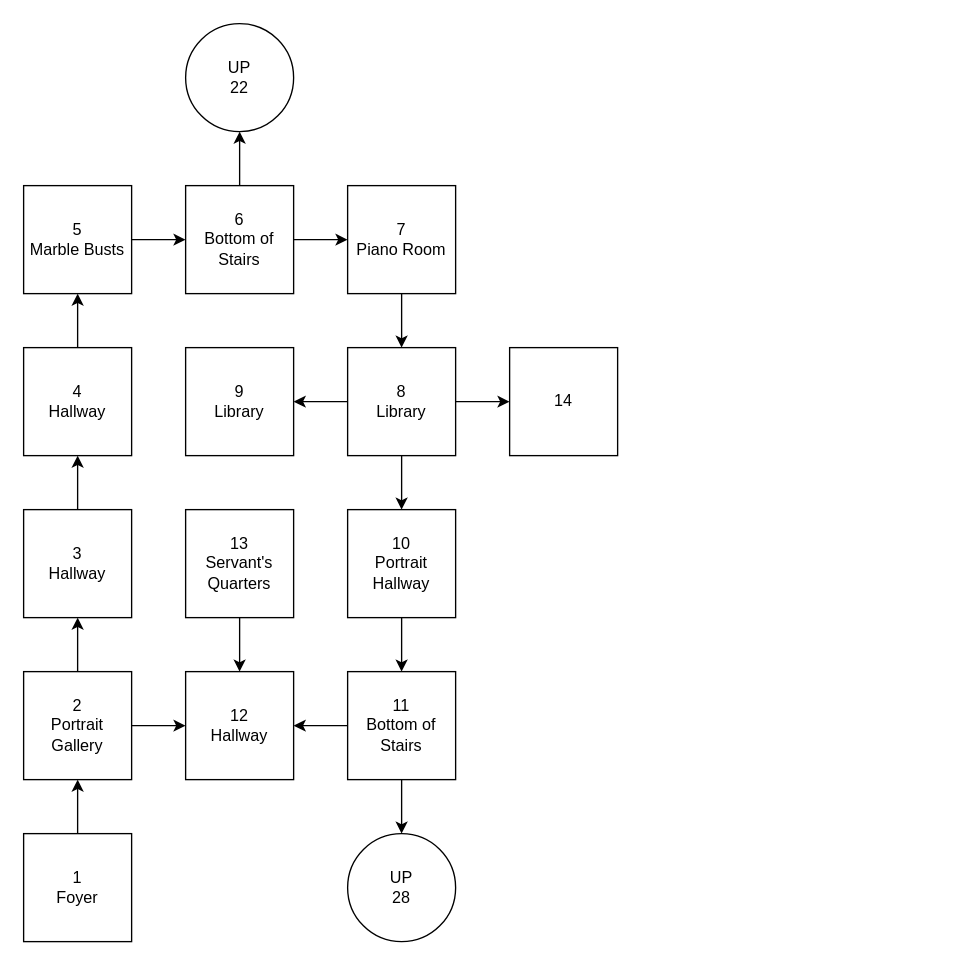
Earlier version of the draw.io diagram Untitled Diagram.drawio (allenhuffman/HauntedMansionTextAdventure). Source tidied: cells renumbered, new cells numbered last; positions are measured from the earlier drawing's top-left corner, leaving out a move shared by most shapes. Both pictures are drawn from the tidied source at 135%, with x=0, y=0 at pixel (23, 23).
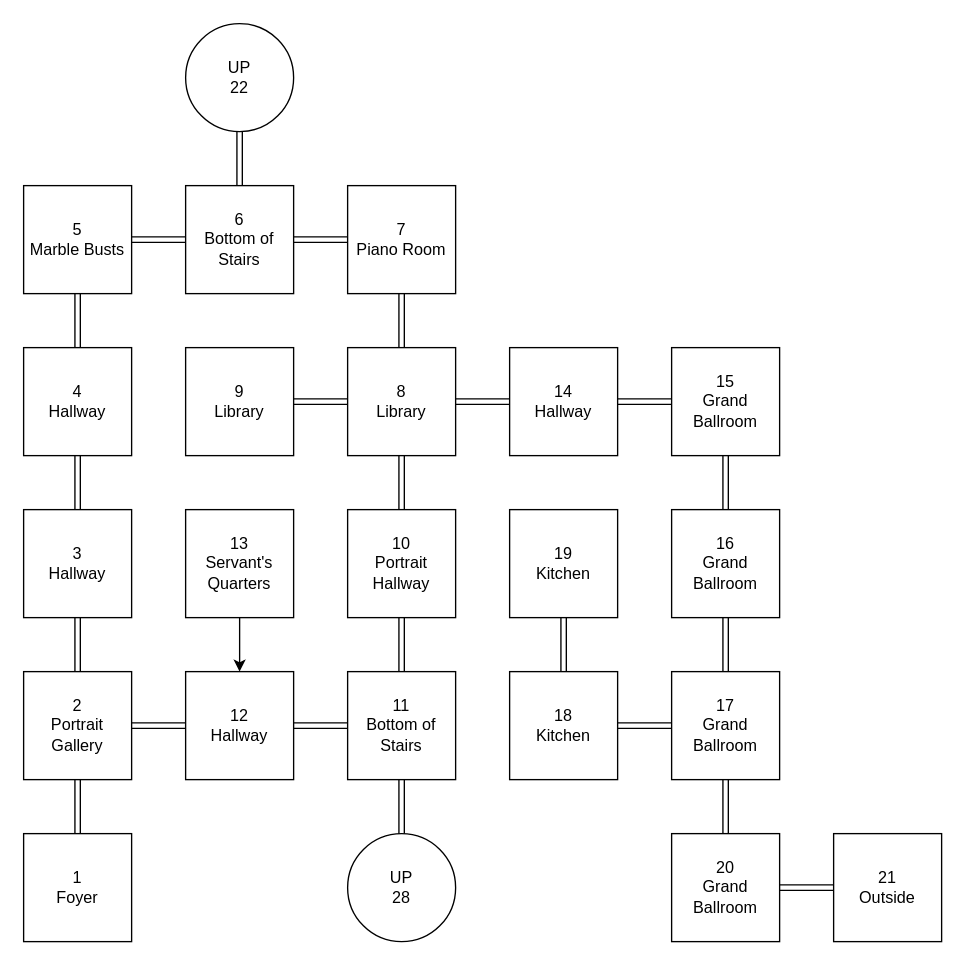
Above is the later version.

The change refers to these unchanged cells:
```xml
<mxCell id="3" value="1&lt;div&gt;Foyer&lt;/div&gt;" style="whiteSpace=wrap;html=1;" parent="1" vertex="1">
  <mxGeometry y="600" width="80" height="80" as="geometry" />
</mxCell>
<mxCell id="6" value="2&lt;div&gt;Portrait Gallery&lt;/div&gt;" style="whiteSpace=wrap;html=1;" parent="1" vertex="1">
  <mxGeometry y="480" width="80" height="80" as="geometry" />
</mxCell>
<mxCell id="8" value="3&lt;div&gt;Hallway&lt;/div&gt;" style="whiteSpace=wrap;html=1;" parent="1" vertex="1">
  <mxGeometry y="360" width="80" height="80" as="geometry" />
</mxCell>
<mxCell id="9" value="12&lt;div&gt;Hallway&lt;/div&gt;" style="whiteSpace=wrap;html=1;" parent="1" vertex="1">
  <mxGeometry x="120" y="480" width="80" height="80" as="geometry" />
</mxCell>
<mxCell id="11" value="4&lt;div&gt;Hallway&lt;/div&gt;" style="whiteSpace=wrap;html=1;" parent="1" vertex="1">
  <mxGeometry y="240" width="80" height="80" as="geometry" />
</mxCell>
<mxCell id="13" value="5&lt;div&gt;Marble Busts&lt;/div&gt;" style="whiteSpace=wrap;html=1;" parent="1" vertex="1">
  <mxGeometry y="120" width="80" height="80" as="geometry" />
</mxCell>
<mxCell id="16" value="6&lt;div&gt;Bottom of Stairs&lt;/div&gt;" style="whiteSpace=wrap;html=1;" parent="1" vertex="1">
  <mxGeometry x="120" y="120" width="80" height="80" as="geometry" />
</mxCell>
<mxCell id="18" value="7&lt;div&gt;Piano Room&lt;/div&gt;" style="whiteSpace=wrap;html=1;" parent="1" vertex="1">
  <mxGeometry x="240" y="120" width="80" height="80" as="geometry" />
</mxCell>
<mxCell id="22" value="8&lt;div&gt;Library&lt;/div&gt;" style="whiteSpace=wrap;html=1;" parent="1" vertex="1">
  <mxGeometry x="240" y="240" width="80" height="80" as="geometry" />
</mxCell>
<mxCell id="23" value="9&lt;div&gt;Library&lt;/div&gt;" style="whiteSpace=wrap;html=1;" parent="1" vertex="1">
  <mxGeometry x="120" y="240" width="80" height="80" as="geometry" />
</mxCell>
<mxCell id="26" value="10&lt;div&gt;Portrait Hallway&lt;/div&gt;" style="whiteSpace=wrap;html=1;" parent="1" vertex="1">
  <mxGeometry x="240" y="360" width="80" height="80" as="geometry" />
</mxCell>
<mxCell id="29" value="11&lt;div&gt;Bottom of Stairs&lt;/div&gt;" style="whiteSpace=wrap;html=1;" parent="1" vertex="1">
  <mxGeometry x="240" y="480" width="80" height="80" as="geometry" />
</mxCell>
<mxCell id="30" value="UP&lt;div&gt;28&lt;/div&gt;" style="ellipse;whiteSpace=wrap;html=1;" parent="1" vertex="1">
  <mxGeometry x="240" y="600" width="80" height="80" as="geometry" />
</mxCell>
<mxCell id="31" value="UP&lt;div&gt;22&lt;/div&gt;" style="ellipse;whiteSpace=wrap;html=1;" parent="1" vertex="1">
  <mxGeometry x="120" width="80" height="80" as="geometry" />
</mxCell>
```

What changed in the source:
```diff
@@
-    <mxCell id="2" style="edgeStyle=orthogonalEdgeStyle;rounded=0;jettySize=auto;html=1;" parent="1" edge="1" source="3" target="6">
+    <mxCell id="2" style="edgeStyle=orthogonalEdgeStyle;rounded=0;jettySize=auto;html=1;shape=link;" parent="1" edge="1" source="3" target="6">
       <mxGeometry relative="1" as="geometry" />
     </mxCell>
@@
-    <mxCell id="4" style="edgeStyle=orthogonalEdgeStyle;rounded=0;jettySize=auto;html=1;" parent="1" edge="1" source="6" target="8">
+    <mxCell id="4" style="edgeStyle=orthogonalEdgeStyle;rounded=0;jettySize=auto;html=1;shape=link;" parent="1" edge="1" source="6" target="8">
       <mxGeometry relative="1" as="geometry" />
     </mxCell>
-    <mxCell id="5" style="edgeStyle=orthogonalEdgeStyle;rounded=0;jettySize=auto;html=1;" parent="1" edge="1" source="6" target="9">
+    <mxCell id="5" style="edgeStyle=orthogonalEdgeStyle;rounded=0;jettySize=auto;html=1;shape=link;" parent="1" edge="1" source="6" target="9">
       <mxGeometry relative="1" as="geometry" />
     </mxCell>
@@
-    <mxCell id="7" style="edgeStyle=orthogonalEdgeStyle;rounded=0;jettySize=auto;html=1;" parent="1" edge="1" source="8" target="11">
+    <mxCell id="7" style="edgeStyle=orthogonalEdgeStyle;rounded=0;jettySize=auto;html=1;shape=link;" parent="1" edge="1" source="8" target="11">
       <mxGeometry relative="1" as="geometry" />
     </mxCell>
@@
-    <mxCell id="10" style="edgeStyle=orthogonalEdgeStyle;rounded=0;jettySize=auto;html=1;" parent="1" edge="1" source="11" target="13">
+    <mxCell id="10" style="edgeStyle=orthogonalEdgeStyle;rounded=0;jettySize=auto;html=1;shape=link;" parent="1" edge="1" source="11" target="13">
       <mxGeometry relative="1" as="geometry" />
     </mxCell>
@@
-    <mxCell id="12" style="edgeStyle=orthogonalEdgeStyle;rounded=0;jettySize=auto;html=1;" parent="1" edge="1" source="13" target="16">
+    <mxCell id="12" style="edgeStyle=orthogonalEdgeStyle;rounded=0;jettySize=auto;html=1;shape=link;" parent="1" edge="1" source="13" target="16">
       <mxGeometry relative="1" as="geometry" />
     </mxCell>
@@
-    <mxCell id="14" style="edgeStyle=orthogonalEdgeStyle;rounded=0;jettySize=auto;html=1;" parent="1" edge="1" source="16" target="18">
+    <mxCell id="14" style="edgeStyle=orthogonalEdgeStyle;rounded=0;jettySize=auto;html=1;shape=link;" parent="1" edge="1" source="16" target="18">
       <mxGeometry relative="1" as="geometry" />
     </mxCell>
-    <mxCell id="15" style="edgeStyle=orthogonalEdgeStyle;rounded=0;jettySize=auto;html=1;" parent="1" edge="1" source="16" target="31">
+    <mxCell id="15" style="edgeStyle=orthogonalEdgeStyle;rounded=0;jettySize=auto;html=1;shape=link;" parent="1" edge="1" source="16" target="31">
       <mxGeometry relative="1" as="geometry" />
     </mxCell>
@@
-    <mxCell id="17" style="edgeStyle=orthogonalEdgeStyle;rounded=0;jettySize=auto;html=1;" parent="1" edge="1" source="18" target="22">
+    <mxCell id="17" style="edgeStyle=orthogonalEdgeStyle;rounded=0;jettySize=auto;html=1;shape=link;" parent="1" edge="1" source="18" target="22">
       <mxGeometry relative="1" as="geometry" />
     </mxCell>
@@
-    <mxCell id="19" style="edgeStyle=orthogonalEdgeStyle;rounded=0;jettySize=auto;html=1;" parent="1" edge="1" source="22" target="23">
+    <mxCell id="19" style="edgeStyle=orthogonalEdgeStyle;rounded=0;jettySize=auto;html=1;shape=link;" parent="1" edge="1" source="22" target="23">
       <mxGeometry relative="1" as="geometry" />
     </mxCell>
-    <mxCell id="20" style="edgeStyle=orthogonalEdgeStyle;rounded=0;jettySize=auto;html=1;" parent="1" edge="1" source="22" target="24">
+    <mxCell id="20" style="edgeStyle=orthogonalEdgeStyle;rounded=0;jettySize=auto;html=1;shape=link;" parent="1" edge="1" source="22" target="24">
       <mxGeometry relative="1" as="geometry" />
     </mxCell>
-    <mxCell id="21" style="edgeStyle=orthogonalEdgeStyle;rounded=0;jettySize=auto;html=1;" parent="1" edge="1" source="22" target="26">
+    <mxCell id="21" style="edgeStyle=orthogonalEdgeStyle;rounded=0;jettySize=auto;html=1;shape=link;" parent="1" edge="1" source="22" target="26">
       <mxGeometry relative="1" as="geometry" />
     </mxCell>
@@
+    <mxCell id="34" style="edgeStyle=orthogonalEdgeStyle;rounded=0;jettySize=auto;html=1;shape=link;" parent="1" edge="1" source="24" target="36">
+      <mxGeometry relative="1" as="geometry" />
+    </mxCell>
-    <mxCell id="24" value="14" style="whiteSpace=wrap;html=1;" parent="1" vertex="1">
+    <mxCell id="24" value="14&lt;div&gt;Hallway&lt;/div&gt;" style="whiteSpace=wrap;html=1;" parent="1" vertex="1">
       <mxGeometry x="360" y="240" width="80" height="80" as="geometry" />
     </mxCell>
-    <mxCell id="25" style="edgeStyle=orthogonalEdgeStyle;rounded=0;jettySize=auto;html=1;" parent="1" edge="1" source="26" target="29">
+    <mxCell id="25" style="edgeStyle=orthogonalEdgeStyle;rounded=0;jettySize=auto;html=1;shape=link;" parent="1" edge="1" source="26" target="29">
       <mxGeometry relative="1" as="geometry" />
     </mxCell>
@@
-    <mxCell id="27" style="edgeStyle=orthogonalEdgeStyle;rounded=0;jettySize=auto;html=1;" parent="1" edge="1" source="29" target="9">
+    <mxCell id="27" style="edgeStyle=orthogonalEdgeStyle;rounded=0;jettySize=auto;html=1;shape=link;" parent="1" edge="1" source="29" target="9">
       <mxGeometry relative="1" as="geometry" />
     </mxCell>
-    <mxCell id="28" style="edgeStyle=orthogonalEdgeStyle;rounded=0;jettySize=auto;html=1;" parent="1" edge="1" source="29" target="30">
+    <mxCell id="28" style="edgeStyle=orthogonalEdgeStyle;rounded=0;jettySize=auto;html=1;shape=link;" parent="1" edge="1" source="29" target="30">
       <mxGeometry relative="1" as="geometry" />
     </mxCell>
@@
+    <mxCell id="35" style="edgeStyle=orthogonalEdgeStyle;rounded=0;jettySize=auto;html=1;shape=link;" parent="1" edge="1" source="36" target="38">
+      <mxGeometry relative="1" as="geometry" />
+    </mxCell>
+    <mxCell id="36" value="15&lt;div&gt;Grand Ballroom&lt;/div&gt;" style="whiteSpace=wrap;html=1;" parent="1" vertex="1">
+      <mxGeometry x="480" y="240" width="80" height="80" as="geometry" />
+    </mxCell>
+    <mxCell id="37" style="edgeStyle=orthogonalEdgeStyle;rounded=0;jettySize=auto;html=1;shape=link;" parent="1" edge="1" source="38" target="41">
+      <mxGeometry relative="1" as="geometry" />
+    </mxCell>
+    <mxCell id="38" value="16&lt;div&gt;Grand Ballroom&lt;/div&gt;" style="whiteSpace=wrap;html=1;" parent="1" vertex="1">
+      <mxGeometry x="480" y="360" width="80" height="80" as="geometry" />
+    </mxCell>
+    <mxCell id="39" style="edgeStyle=orthogonalEdgeStyle;rounded=0;jettySize=auto;html=1;shape=link;" parent="1" edge="1" source="41" target="43">
+      <mxGeometry relative="1" as="geometry" />
+    </mxCell>
+    <mxCell id="40" style="edgeStyle=orthogonalEdgeStyle;rounded=0;jettySize=auto;html=1;shape=link;" parent="1" edge="1" source="41" target="46">
+      <mxGeometry relative="1" as="geometry" />
+    </mxCell>
+    <mxCell id="41" value="17&lt;div&gt;Grand Ballroom&lt;/div&gt;" style="whiteSpace=wrap;html=1;" parent="1" vertex="1">
+      <mxGeometry x="480" y="480" width="80" height="80" as="geometry" />
+    </mxCell>
+    <mxCell id="42" style="edgeStyle=orthogonalEdgeStyle;rounded=0;jettySize=auto;html=1;shape=link;" parent="1" edge="1" source="43" target="44">
+      <mxGeometry relative="1" as="geometry" />
+    </mxCell>
+    <mxCell id="43" value="18&lt;div&gt;Kitchen&lt;/div&gt;" style="whiteSpace=wrap;html=1;" parent="1" vertex="1">
+      <mxGeometry x="360" y="480" width="80" height="80" as="geometry" />
+    </mxCell>
+    <mxCell id="44" value="19&lt;div&gt;Kitchen&lt;/div&gt;" style="whiteSpace=wrap;html=1;" parent="1" vertex="1">
+      <mxGeometry x="360" y="360" width="80" height="80" as="geometry" />
+    </mxCell>
+    <mxCell id="45" style="edgeStyle=orthogonalEdgeStyle;rounded=0;jettySize=auto;html=1;shape=link;" parent="1" edge="1" source="46" target="47">
+      <mxGeometry relative="1" as="geometry" />
+    </mxCell>
+    <mxCell id="46" value="20&lt;br&gt;&lt;div&gt;Grand Ballroom&lt;/div&gt;" style="whiteSpace=wrap;html=1;" parent="1" vertex="1">
+      <mxGeometry x="480" y="600" width="80" height="80" as="geometry" />
+    </mxCell>
+    <mxCell id="47" value="21&lt;div&gt;Outside&lt;/div&gt;" style="whiteSpace=wrap;html=1;" parent="1" vertex="1">
+      <mxGeometry x="600" y="600" width="80" height="80" as="geometry" />
+    </mxCell>
```
